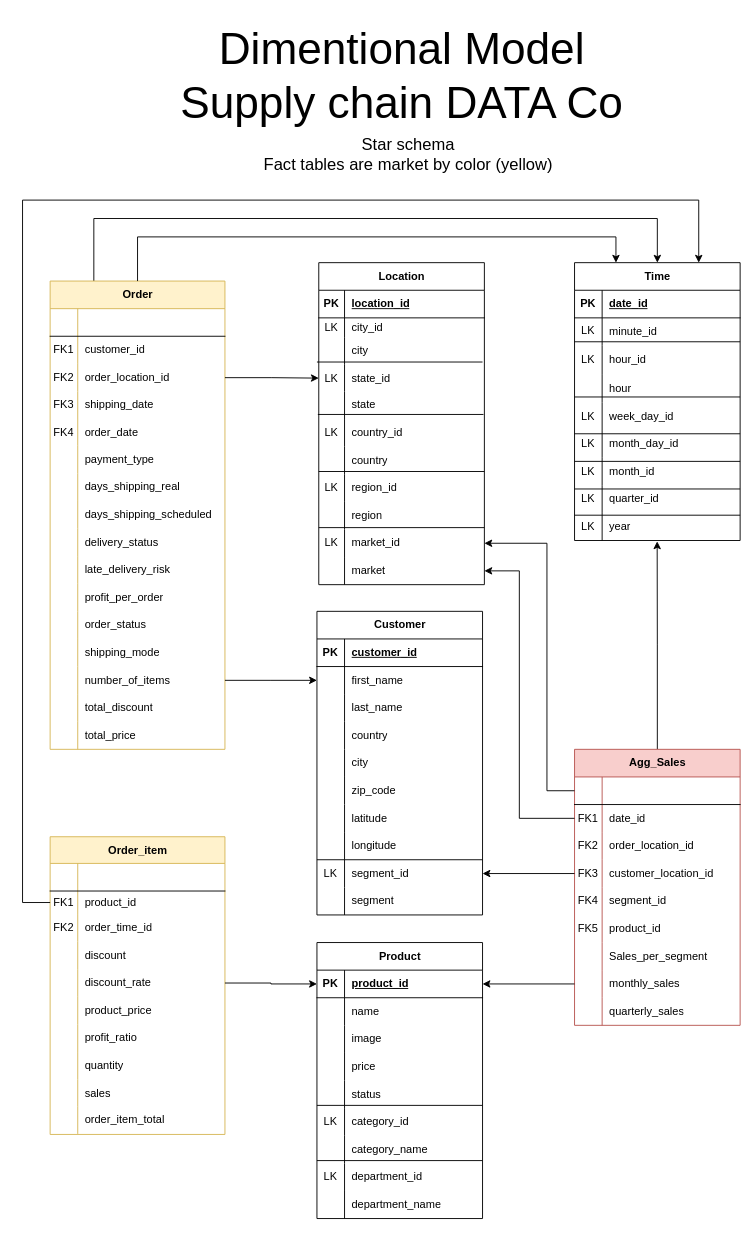
The draw.io diagram Model-designs/dimensional.drawio in crdsteixeira/DW_project, before the edit. Source tidied: cells renumbered, new cells numbered last; positions are measured from the earlier drawing's top-left corner, leaving out a move shared by most shapes. Both pictures are drawn from the tidied source at 92%, with x=0, y=0 at pixel (22, 16).
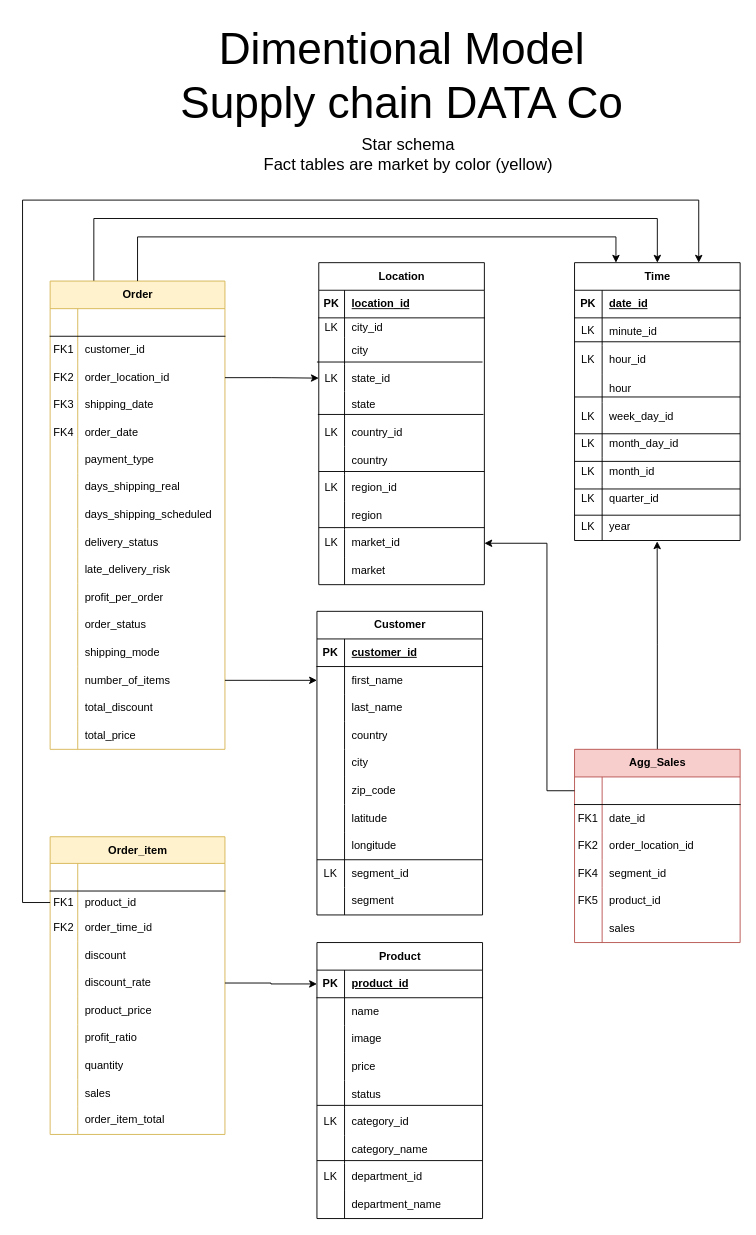
The same diagram, later.

Commit message (it also covers changes not shown here):
Added agg_sales / changed dim model

Changes to dimensional model to re-design agg_sales.
Added agg_sales table in kettle.
Updated DDL for table creation.

The change refers to these unchanged cells:
```xml
<mxCell id="88" style="shape=tableRow;horizontal=0;startSize=0;swimlaneHead=0;swimlaneBody=0;fillColor=none;points=[[0,0.5],[1,0.5]];portConstraint=eastwest;top=0;left=0;right=0;bottom=0;" parent="84" vertex="1">
  <mxGeometry y="60" width="180" height="30" as="geometry" />
</mxCell>
<mxCell id="171" style="shape=tableRow;horizontal=0;startSize=0;swimlaneHead=0;swimlaneBody=0;fillColor=none;points=[[0,0.5],[1,0.5]];portConstraint=eastwest;top=0;left=0;right=0;bottom=0;" parent="140" vertex="1">
  <mxGeometry y="320" width="180" height="30" as="geometry" />
</mxCell>
<mxCell id="175" style="shape=tableRow;horizontal=0;startSize=0;swimlaneHead=0;swimlaneBody=0;fillColor=none;points=[[0,0.5],[1,0.5]];portConstraint=eastwest;top=0;left=0;right=0;bottom=1;" parent="174" vertex="1">
  <mxGeometry y="30" width="180" height="30" as="geometry" />
</mxCell>
<mxCell id="227" style="shape=tableRow;horizontal=0;startSize=0;swimlaneHead=0;swimlaneBody=0;fillColor=none;points=[[0,0.5],[1,0.5]];portConstraint=eastwest;top=0;left=0;right=0;bottom=0;" parent="202" vertex="1">
  <mxGeometry y="270" width="180" height="30" as="geometry" />
</mxCell>
```

The edit, as a diff of the source:
```diff
@@
     <mxCell id="84" value="Agg_Sales" style="shape=table;startSize=30;childLayout=tableLayout;rowLines=0;fontStyle=1;align=center;html=1;fillColor=#f8cecc;strokeColor=#b85450;" parent="1" vertex="1">
-      <mxGeometry x="600" y="797" width="180" height="300" as="geometry" />
+      <mxGeometry x="600" y="797" width="180" height="210" as="geometry" />
     </mxCell>
@@
-    <mxCell id="94" style="shape=tableRow;horizontal=0;startSize=0;swimlaneHead=0;swimlaneBody=0;fillColor=none;points=[[0,0.5],[1,0.5]];portConstraint=eastwest;top=0;left=0;right=0;bottom=0;" parent="84" vertex="1">
-      <mxGeometry y="120" width="180" height="30" as="geometry" />
-    </mxCell>
-    <mxCell id="95" value="FK3" style="shape=partialRectangle;fillColor=none;top=0;left=0;bottom=0;right=0;overflow=hidden;whiteSpace=wrap;html=1;" parent="94" vertex="1">
-      <mxGeometry width="30" height="30" as="geometry" />
-    </mxCell>
-    <mxCell id="96" value="customer_location_id" style="shape=partialRectangle;fillColor=none;top=0;left=0;bottom=0;right=0;align=left;spacingLeft=6;overflow=hidden;whiteSpace=wrap;html=1;strokeColor=#FF0019;fontColor=#000000;" parent="94" vertex="1">
-      <mxGeometry x="30" width="150" height="30" as="geometry" />
-    </mxCell>
     <mxCell id="97" style="shape=tableRow;horizontal=0;startSize=0;swimlaneHead=0;swimlaneBody=0;fillColor=none;top=0;left=0;right=0;bottom=0;" parent="84" vertex="1">
-      <mxGeometry y="150" width="180" height="30" as="geometry" />
+      <mxGeometry y="120" width="180" height="30" as="geometry" />
     </mxCell>
@@
     <mxCell id="100" style="shape=tableRow;horizontal=0;startSize=0;swimlaneHead=0;swimlaneBody=0;fillColor=none;top=0;left=0;right=0;bottom=0;" parent="84" vertex="1">
-      <mxGeometry y="180" width="180" height="30" as="geometry" />
+      <mxGeometry y="150" width="180" height="30" as="geometry" />
     </mxCell>
@@
     <mxCell id="103" style="shape=tableRow;horizontal=0;startSize=0;swimlaneHead=0;swimlaneBody=0;fillColor=none;top=0;left=0;right=0;bottom=0;" parent="84" vertex="1">
-      <mxGeometry y="210" width="180" height="30" as="geometry" />
+      <mxGeometry y="180" width="180" height="30" as="geometry" />
     </mxCell>
@@
-    <mxCell id="105" value="Sales_per_segment" style="shape=partialRectangle;fillColor=none;top=0;left=0;bottom=0;right=0;align=left;spacingLeft=6;overflow=hidden;whiteSpace=wrap;html=1;strokeColor=#000000;" parent="103" vertex="1">
+    <mxCell id="105" value="sales" style="shape=partialRectangle;fillColor=none;top=0;left=0;bottom=0;right=0;align=left;spacingLeft=6;overflow=hidden;whiteSpace=wrap;html=1;strokeColor=#000000;" parent="103" vertex="1">
       <mxGeometry x="30" width="150" height="30" as="geometry" />
     </mxCell>
-    <mxCell id="106" style="shape=tableRow;horizontal=0;startSize=0;swimlaneHead=0;swimlaneBody=0;fillColor=none;points=[[0,0.5],[1,0.5]];portConstraint=eastwest;top=0;left=0;right=0;bottom=0;" parent="84" vertex="1">
-      <mxGeometry y="240" width="180" height="30" as="geometry" />
-    </mxCell>
-    <mxCell id="107" style="shape=partialRectangle;fillColor=none;top=0;left=0;bottom=0;right=0;overflow=hidden;whiteSpace=wrap;html=1;" parent="106" vertex="1">
-      <mxGeometry width="30" height="30" as="geometry" />
-    </mxCell>
-    <mxCell id="108" value="monthly_sales" style="shape=partialRectangle;fillColor=none;top=0;left=0;bottom=0;right=0;align=left;spacingLeft=6;overflow=hidden;whiteSpace=wrap;html=1;" parent="106" vertex="1">
-      <mxGeometry x="30" width="150" height="30" as="geometry" />
-    </mxCell>
-    <mxCell id="109" style="shape=tableRow;horizontal=0;startSize=0;swimlaneHead=0;swimlaneBody=0;fillColor=none;top=0;left=0;right=0;bottom=0;" parent="84" vertex="1">
-      <mxGeometry y="270" width="180" height="30" as="geometry" />
-    </mxCell>
-    <mxCell id="110" style="shape=partialRectangle;fillColor=none;top=0;left=0;bottom=0;right=0;overflow=hidden;whiteSpace=wrap;html=1;" parent="109" vertex="1">
-      <mxGeometry width="30" height="30" as="geometry" />
-    </mxCell>
-    <mxCell id="111" value="quarterly_sales" style="shape=partialRectangle;fillColor=none;top=0;left=0;bottom=0;right=0;align=left;spacingLeft=6;overflow=hidden;whiteSpace=wrap;html=1;" parent="109" vertex="1">
-      <mxGeometry x="30" width="150" height="30" as="geometry" />
-    </mxCell>
@@
-    <mxCell id="249" style="edgeStyle=orthogonalEdgeStyle;rounded=0;jettySize=auto;html=1;exitX=0;exitY=0.5;exitDx=0;exitDy=0;" parent="1" edge="1" source="106" target="175">
+    <mxCell id="249" style="edgeStyle=orthogonalEdgeStyle;rounded=0;jettySize=auto;html=1;exitX=0;exitY=0.5;exitDx=0;exitDy=0;" parent="1" edge="1" target="175">
       <mxGeometry relative="1" as="geometry" />
     </mxCell>
-    <mxCell id="250" style="edgeStyle=orthogonalEdgeStyle;rounded=0;jettySize=auto;html=1;exitX=0;exitY=0.5;exitDx=0;exitDy=0;entryX=1;entryY=0.5;entryDx=0;entryDy=0;" parent="1" edge="1" source="94" target="227">
+    <mxCell id="250" style="edgeStyle=orthogonalEdgeStyle;rounded=0;jettySize=auto;html=1;exitX=0;exitY=0.5;exitDx=0;exitDy=0;entryX=1;entryY=0.5;entryDx=0;entryDy=0;" parent="1" edge="1" target="227">
       <mxGeometry relative="1" as="geometry" />
     </mxCell>
@@
-    <mxCell id="255" style="edgeStyle=orthogonalEdgeStyle;rounded=0;jettySize=auto;html=1;exitX=0;exitY=0.5;exitDx=0;exitDy=0;entryX=1;entryY=0.5;entryDx=0;entryDy=0;" parent="1" edge="1" source="88" target="171">
-      <mxGeometry relative="1" as="geometry">
-        <Array as="points">
-          <mxPoint x="540" y="872" />
-          <mxPoint x="540" y="603" />
-        </Array>
-      </mxGeometry>
-    </mxCell>
```
